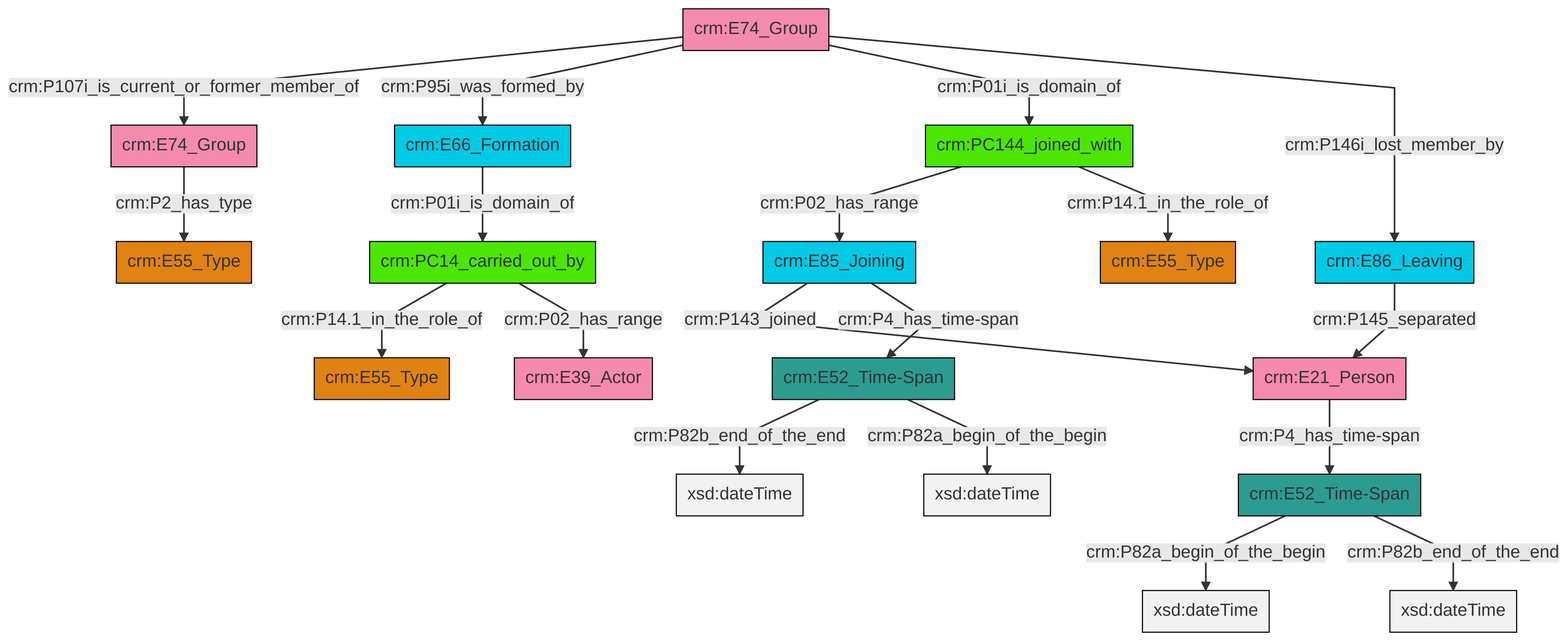
This is et/groupCSV/ttl/mmd/png/group_actor_relations.png from swiss-art-research-net/docs.swissartresearch, a Mermaid export, as it was before one commit. Its source is kept beside it as et/groupCSV/ttl/mmd/group_actor_relations.ttl.mmd.
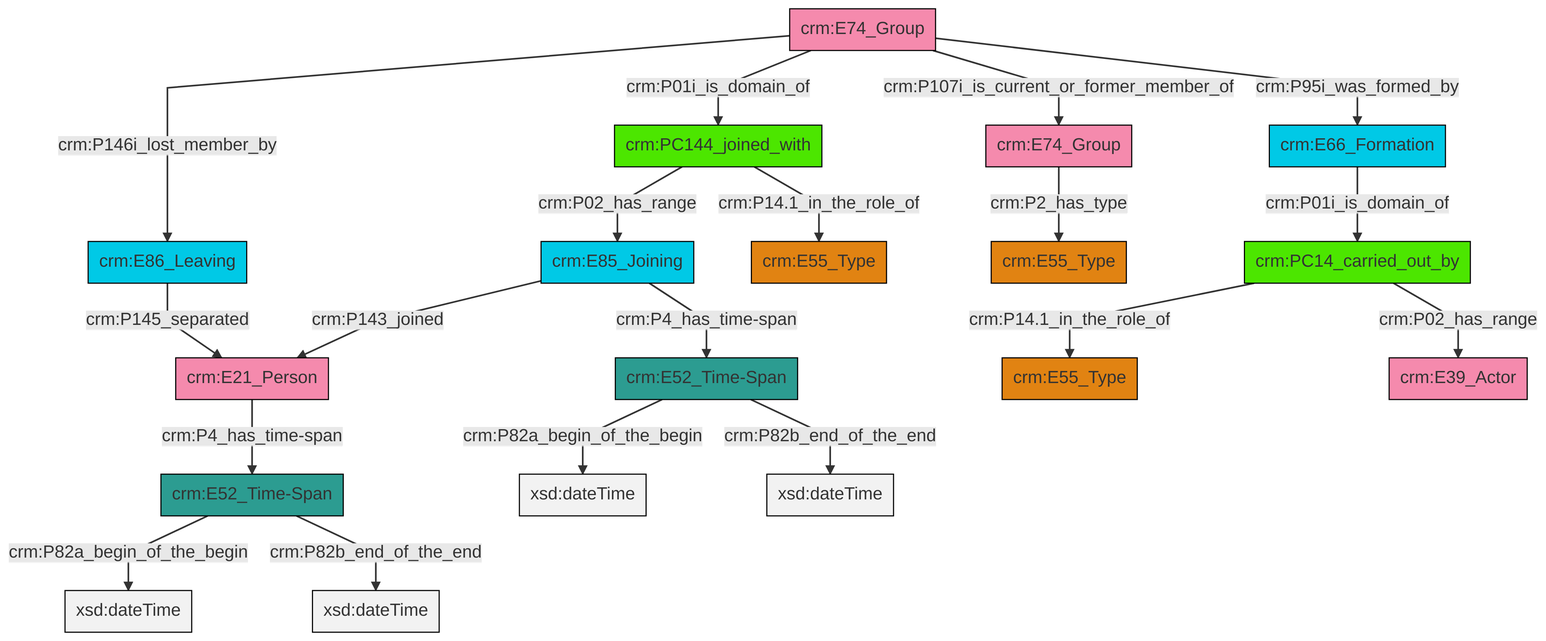
Later version of the same file.

Change to the diagram source:
```diff
@@ -13,21 +13,21 @@
 classDef PC_Classes fill:#4ce600, stroke:#000000;
 classDef Multi fill:#cccccc,stroke:#000000;
 
-4["crm:PC144_joined_with"]:::PC_Classes -->|crm:P02_has_range| 5["crm:E85_Joining"]:::Temporal_Entity
-0["crm:E86_Leaving"]:::Temporal_Entity -->|crm:P145_separated| 6["crm:E21_Person"]:::Actor
-7["crm:E74_Group"]:::Actor -->|crm:P107i_is_current_or_former_member_of| 8["crm:E74_Group"]:::Actor
-6["crm:E21_Person"]:::Actor -->|crm:P4_has_time-span| 11["crm:E52_Time-Span"]:::Time-Span
-7["crm:E74_Group"]:::Actor -->|crm:P95i_was_formed_by| 12["crm:E66_Formation"]:::Temporal_Entity
-14["crm:PC14_carried_out_by"]:::PC_Classes -->|crm:P14.1_in_the_role_of| 15["crm:E55_Type"]:::Type
-14["crm:PC14_carried_out_by"]:::PC_Classes -->|crm:P02_has_range| 18["crm:E39_Actor"]:::Actor
-7["crm:E74_Group"]:::Actor -->|crm:P01i_is_domain_of| 4["crm:PC144_joined_with"]:::PC_Classes
-2["crm:E52_Time-Span"]:::Time-Span -->|crm:P82b_end_of_the_end| 21[xsd:dateTime]:::Literal
-4["crm:PC144_joined_with"]:::PC_Classes -->|crm:P14.1_in_the_role_of| 16["crm:E55_Type"]:::Type
-7["crm:E74_Group"]:::Actor -->|crm:P146i_lost_member_by| 0["crm:E86_Leaving"]:::Temporal_Entity
-5["crm:E85_Joining"]:::Temporal_Entity -->|crm:P143_joined| 6["crm:E21_Person"]:::Actor
-5["crm:E85_Joining"]:::Temporal_Entity -->|crm:P4_has_time-span| 2["crm:E52_Time-Span"]:::Time-Span
-12["crm:E66_Formation"]:::Temporal_Entity -->|crm:P01i_is_domain_of| 14["crm:PC14_carried_out_by"]:::PC_Classes
-11["crm:E52_Time-Span"]:::Time-Span -->|crm:P82a_begin_of_the_begin| 27[xsd:dateTime]:::Literal
-11["crm:E52_Time-Span"]:::Time-Span -->|crm:P82b_end_of_the_end| 28[xsd:dateTime]:::Literal
-2["crm:E52_Time-Span"]:::Time-Span -->|crm:P82a_begin_of_the_begin| 30[xsd:dateTime]:::Literal
-8["crm:E74_Group"]:::Actor -->|crm:P2_has_type| 9["crm:E55_Type"]:::Type
+8["crm:E74_Group"]:::Actor -->|crm:P146i_lost_member_by| 9["crm:E86_Leaving"]:::Temporal_Entity
+10["crm:E52_Time-Span"]:::Time-Span -->|crm:P82a_begin_of_the_begin| 11[xsd:dateTime]:::Literal
+12["crm:E52_Time-Span"]:::Time-Span -->|crm:P82a_begin_of_the_begin| 13[xsd:dateTime]:::Literal
+15["crm:E85_Joining"]:::Temporal_Entity -->|crm:P143_joined| 16["crm:E21_Person"]:::Actor
+21["crm:PC144_joined_with"]:::PC_Classes -->|crm:P02_has_range| 15["crm:E85_Joining"]:::Temporal_Entity
+8["crm:E74_Group"]:::Actor -->|crm:P01i_is_domain_of| 21["crm:PC144_joined_with"]:::PC_Classes
+6["crm:PC14_carried_out_by"]:::PC_Classes -->|crm:P14.1_in_the_role_of| 26["crm:E55_Type"]:::Type
+2["crm:E66_Formation"]:::Temporal_Entity -->|crm:P01i_is_domain_of| 6["crm:PC14_carried_out_by"]:::PC_Classes
+16["crm:E21_Person"]:::Actor -->|crm:P4_has_time-span| 12["crm:E52_Time-Span"]:::Time-Span
+6["crm:PC14_carried_out_by"]:::PC_Classes -->|crm:P02_has_range| 23["crm:E39_Actor"]:::Actor
+8["crm:E74_Group"]:::Actor -->|crm:P107i_is_current_or_former_member_of| 4["crm:E74_Group"]:::Actor
+4["crm:E74_Group"]:::Actor -->|crm:P2_has_type| 0["crm:E55_Type"]:::Type
+9["crm:E86_Leaving"]:::Temporal_Entity -->|crm:P145_separated| 16["crm:E21_Person"]:::Actor
+12["crm:E52_Time-Span"]:::Time-Span -->|crm:P82b_end_of_the_end| 28[xsd:dateTime]:::Literal
+15["crm:E85_Joining"]:::Temporal_Entity -->|crm:P4_has_time-span| 10["crm:E52_Time-Span"]:::Time-Span
+10["crm:E52_Time-Span"]:::Time-Span -->|crm:P82b_end_of_the_end| 29[xsd:dateTime]:::Literal
+8["crm:E74_Group"]:::Actor -->|crm:P95i_was_formed_by| 2["crm:E66_Formation"]:::Temporal_Entity
+21["crm:PC144_joined_with"]:::PC_Classes -->|crm:P14.1_in_the_role_of| 19["crm:E55_Type"]:::Type
```
